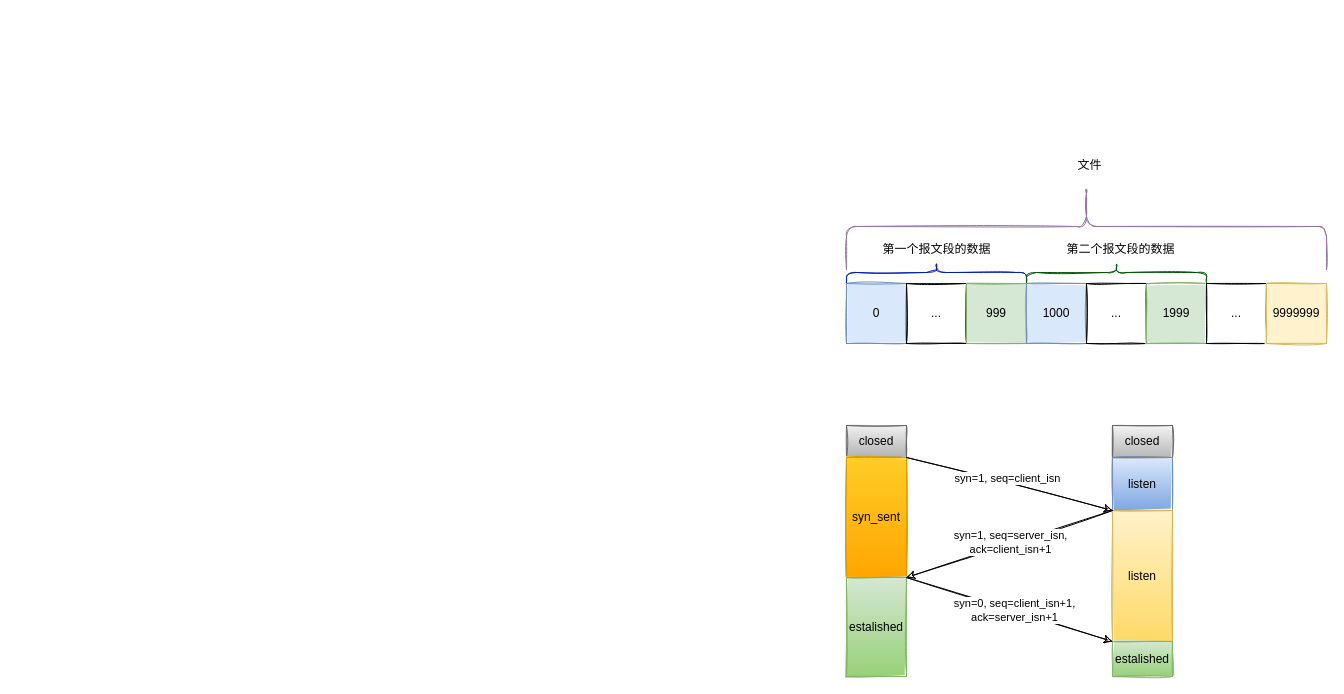
Above: 未命名绘图.drawio in FantasyDream/diagrams (draw.io), before the change. Source tidied: cells renumbered, new cells numbered last; positions are measured from the earlier drawing's top-left corner, leaving out a move shared by most shapes. Both pictures are drawn from the tidied source at 100%, with x=0, y=0 at pixel (846, -14).
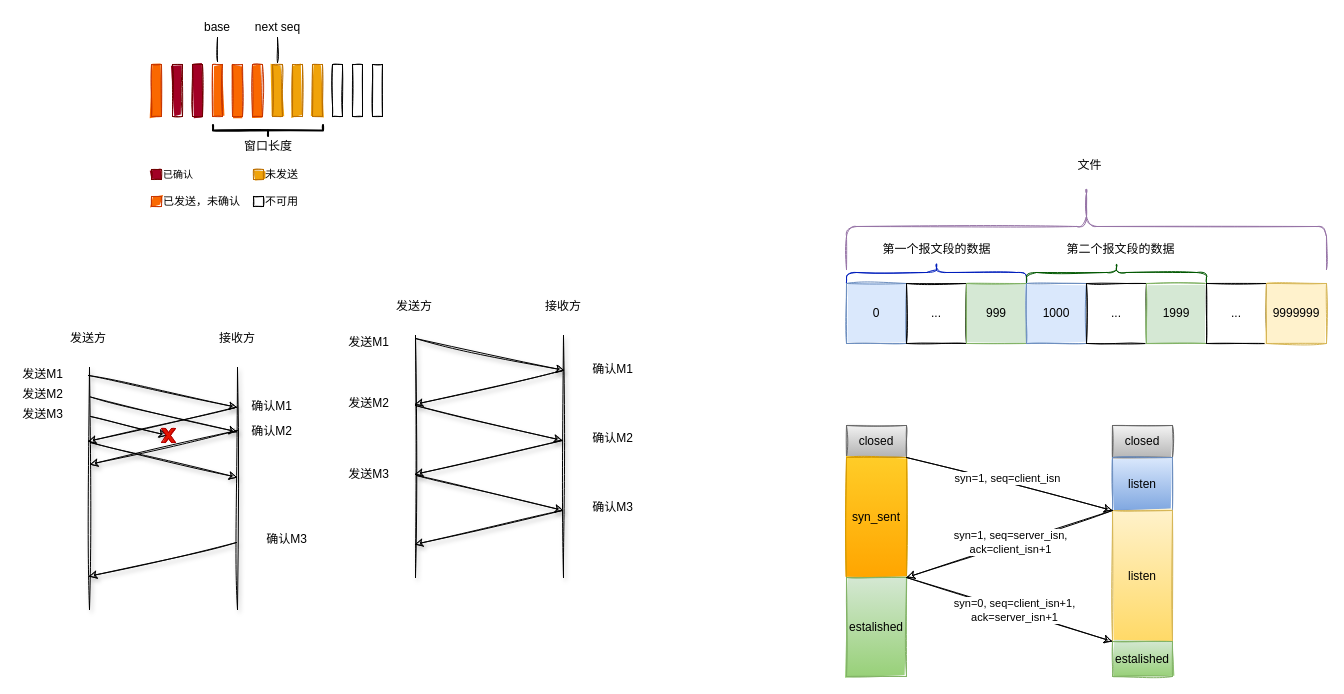
Above is the later version.

Commit message:
更新未命名绘图.drawio

The edit, as a diff of the source:
```diff
@@
+    <mxCell id="29" style="endArrow=none;html=1;sketch=1;shadow=1;" parent="1" edge="1">
+      <mxGeometry relative="1" as="geometry">
+        <mxPoint x="-431" y="591" as="sourcePoint" />
+        <mxPoint x="-431" y="349" as="targetPoint" />
+      </mxGeometry>
+    </mxCell>
+    <mxCell id="30" style="endArrow=none;html=1;sketch=1;shadow=1;" parent="1" edge="1">
+      <mxGeometry relative="1" as="geometry">
+        <mxPoint x="-283" y="591" as="sourcePoint" />
+        <mxPoint x="-283" y="349" as="targetPoint" />
+      </mxGeometry>
+    </mxCell>
+    <mxCell id="31" style="endArrow=classic;html=1;sketch=1;shadow=1;" parent="1" edge="1">
+      <mxGeometry relative="1" as="geometry">
+        <mxPoint x="-431" y="352" as="sourcePoint" />
+        <mxPoint x="-282" y="384" as="targetPoint" />
+      </mxGeometry>
+    </mxCell>
+    <mxCell id="32" style="endArrow=classic;html=1;sketch=1;shadow=1;" parent="1" edge="1">
+      <mxGeometry relative="1" as="geometry">
+        <mxPoint x="-284" y="384" as="sourcePoint" />
+        <mxPoint x="-432" y="418" as="targetPoint" />
+      </mxGeometry>
+    </mxCell>
+    <mxCell id="33" style="endArrow=classic;html=1;sketch=1;shadow=1;" parent="1" edge="1">
+      <mxGeometry relative="1" as="geometry">
+        <mxPoint x="-431" y="419" as="sourcePoint" />
+        <mxPoint x="-284" y="454" as="targetPoint" />
+      </mxGeometry>
+    </mxCell>
+    <mxCell id="34" style="endArrow=classic;html=1;sketch=1;shadow=1;" parent="1" edge="1">
+      <mxGeometry relative="1" as="geometry">
+        <mxPoint x="-284" y="454" as="sourcePoint" />
+        <mxPoint x="-432" y="488" as="targetPoint" />
+      </mxGeometry>
+    </mxCell>
+    <mxCell id="35" style="endArrow=classic;html=1;sketch=1;shadow=1;" parent="1" edge="1">
+      <mxGeometry relative="1" as="geometry">
+        <mxPoint x="-430" y="489" as="sourcePoint" />
+        <mxPoint x="-283" y="524" as="targetPoint" />
+      </mxGeometry>
+    </mxCell>
+    <mxCell id="36" style="endArrow=classic;html=1;sketch=1;shadow=1;" parent="1" edge="1">
+      <mxGeometry relative="1" as="geometry">
+        <mxPoint x="-284" y="524" as="sourcePoint" />
+        <mxPoint x="-432" y="558" as="targetPoint" />
+      </mxGeometry>
+    </mxCell>
+    <mxCell id="37" value="发送方" style="text;html=1;strokeColor=none;fillColor=none;align=center;verticalAlign=middle;whiteSpace=wrap;rounded=0;" parent="1" vertex="1">
+      <mxGeometry x="-452" y="310" width="40" height="20" as="geometry" />
+    </mxCell>
+    <mxCell id="38" value="接收方" style="text;html=1;strokeColor=none;fillColor=none;align=center;verticalAlign=middle;whiteSpace=wrap;rounded=0;" parent="1" vertex="1">
+      <mxGeometry x="-303" y="310" width="40" height="20" as="geometry" />
+    </mxCell>
+    <mxCell id="39" value="发送M1" style="text;html=1;strokeColor=none;fillColor=none;align=center;verticalAlign=middle;whiteSpace=wrap;rounded=0;" parent="1" vertex="1">
+      <mxGeometry x="-503" y="346" width="51" height="20" as="geometry" />
+    </mxCell>
+    <mxCell id="40" value="发送M2" style="text;html=1;strokeColor=none;fillColor=none;align=center;verticalAlign=middle;whiteSpace=wrap;rounded=0;" parent="1" vertex="1">
+      <mxGeometry x="-503" y="407" width="51" height="20" as="geometry" />
+    </mxCell>
+    <mxCell id="41" value="发送M3" style="text;html=1;strokeColor=none;fillColor=none;align=center;verticalAlign=middle;whiteSpace=wrap;rounded=0;" parent="1" vertex="1">
+      <mxGeometry x="-503" y="478" width="51" height="20" as="geometry" />
+    </mxCell>
+    <mxCell id="42" value="确认M1" style="text;html=1;strokeColor=none;fillColor=none;align=center;verticalAlign=middle;whiteSpace=wrap;rounded=0;sketch=0;glass=0;shadow=0;" parent="1" vertex="1">
+      <mxGeometry x="-259" y="373" width="51" height="20" as="geometry" />
+    </mxCell>
+    <mxCell id="43" value="确认M2" style="text;html=1;strokeColor=none;fillColor=none;align=center;verticalAlign=middle;whiteSpace=wrap;rounded=0;" parent="1" vertex="1">
+      <mxGeometry x="-259" y="442" width="51" height="20" as="geometry" />
+    </mxCell>
+    <mxCell id="44" value="确认M3" style="text;html=1;strokeColor=none;fillColor=none;align=center;verticalAlign=middle;whiteSpace=wrap;rounded=0;" parent="1" vertex="1">
+      <mxGeometry x="-259" y="511" width="51" height="20" as="geometry" />
+    </mxCell>
+    <mxCell id="45" style="rounded=0;whiteSpace=wrap;html=1;shadow=0;glass=0;sketch=1;fillColor=#fa6800;strokeColor=#C73500;fontColor=#ffffff;fillStyle=solid;" parent="1" vertex="1">
+      <mxGeometry x="-695" y="78" width="10" height="52" as="geometry" />
+    </mxCell>
+    <mxCell id="46" style="rounded=0;whiteSpace=wrap;html=1;shadow=0;glass=0;sketch=1;fillColor=#a20025;strokeColor=#6F0000;fontColor=#ffffff;fillStyle=solid;" parent="1" vertex="1">
+      <mxGeometry x="-674" y="78" width="10" height="52" as="geometry" />
+    </mxCell>
+    <mxCell id="47" style="rounded=0;whiteSpace=wrap;html=1;shadow=0;glass=0;sketch=1;fillColor=#a20025;strokeColor=#6F0000;fontColor=#ffffff;fillStyle=solid;" parent="1" vertex="1">
+      <mxGeometry x="-654" y="78" width="10" height="52" as="geometry" />
+    </mxCell>
+    <mxCell id="48" style="rounded=0;whiteSpace=wrap;html=1;shadow=0;glass=0;sketch=1;fillColor=#fa6800;strokeColor=#C73500;fontColor=#ffffff;fillStyle=solid;" parent="1" vertex="1">
+      <mxGeometry x="-634" y="78" width="10" height="52" as="geometry" />
+    </mxCell>
+    <mxCell id="49" style="rounded=0;whiteSpace=wrap;html=1;shadow=0;glass=0;sketch=1;fillColor=#fa6800;strokeColor=#C73500;fontColor=#ffffff;fillStyle=solid;" parent="1" vertex="1">
+      <mxGeometry x="-614" y="78" width="10" height="52" as="geometry" />
+    </mxCell>
+    <mxCell id="50" style="rounded=0;whiteSpace=wrap;html=1;shadow=0;glass=0;sketch=1;fillColor=#fa6800;strokeColor=#C73500;fontColor=#ffffff;fillStyle=solid;" parent="1" vertex="1">
+      <mxGeometry x="-594" y="78" width="10" height="52" as="geometry" />
+    </mxCell>
+    <mxCell id="51" style="rounded=0;whiteSpace=wrap;html=1;shadow=0;glass=0;sketch=1;fillColor=#f0a30a;strokeColor=#BD7000;fontColor=#ffffff;fillStyle=solid;" parent="1" vertex="1">
+      <mxGeometry x="-574" y="78" width="10" height="52" as="geometry" />
+    </mxCell>
+    <mxCell id="52" style="rounded=0;whiteSpace=wrap;html=1;shadow=0;glass=0;sketch=1;fillColor=#f0a30a;strokeColor=#BD7000;fontColor=#ffffff;fillStyle=solid;" parent="1" vertex="1">
+      <mxGeometry x="-554" y="78" width="10" height="52" as="geometry" />
+    </mxCell>
+    <mxCell id="53" style="rounded=0;whiteSpace=wrap;html=1;shadow=0;glass=0;sketch=1;fillColor=#f0a30a;strokeColor=#BD7000;fontColor=#ffffff;fillStyle=solid;" parent="1" vertex="1">
+      <mxGeometry x="-534" y="78" width="10" height="52" as="geometry" />
+    </mxCell>
+    <mxCell id="54" style="rounded=0;whiteSpace=wrap;html=1;shadow=0;glass=0;sketch=1;fillStyle=solid;" parent="1" vertex="1">
+      <mxGeometry x="-514" y="78" width="10" height="52" as="geometry" />
+    </mxCell>
+    <mxCell id="55" style="rounded=0;whiteSpace=wrap;html=1;shadow=0;glass=0;sketch=1;fillStyle=solid;" parent="1" vertex="1">
+      <mxGeometry x="-494" y="78" width="10" height="52" as="geometry" />
+    </mxCell>
+    <mxCell id="56" style="rounded=0;whiteSpace=wrap;html=1;shadow=0;glass=0;sketch=1;fillStyle=solid;" parent="1" vertex="1">
+      <mxGeometry x="-474" y="78" width="10" height="52" as="geometry" />
+    </mxCell>
+    <mxCell id="57" style="strokeWidth=2;html=1;shape=mxgraph.flowchart.annotation_2;align=left;labelPosition=right;rounded=0;shadow=0;glass=0;sketch=1;rotation=-90;" parent="1" vertex="1">
+      <mxGeometry x="-584" y="89" width="11" height="110" as="geometry" />
+    </mxCell>
+    <mxCell id="58" value="窗口长度" style="text;html=1;strokeColor=none;fillColor=none;align=center;verticalAlign=middle;whiteSpace=wrap;rounded=0;shadow=0;glass=0;sketch=1;" parent="1" vertex="1">
+      <mxGeometry x="-605.5" y="150" width="54" height="20" as="geometry" />
+    </mxCell>
+    <mxCell id="59" style="rounded=0;whiteSpace=wrap;html=1;shadow=0;glass=0;sketch=1;fillColor=#a20025;strokeColor=#6F0000;fontColor=#ffffff;fillStyle=solid;" parent="1" vertex="1">
+      <mxGeometry x="-695" y="183" width="10" height="10" as="geometry" />
+    </mxCell>
+    <mxCell id="60" value="&lt;font style=&quot;font-size: 10px&quot;&gt;已确认&lt;/font&gt;" style="text;html=1;strokeColor=none;fillColor=none;align=left;verticalAlign=middle;whiteSpace=wrap;rounded=0;shadow=0;glass=0;sketch=1;fillStyle=solid;" parent="1" vertex="1">
+      <mxGeometry x="-685" y="178" width="54" height="20" as="geometry" />
+    </mxCell>
+    <mxCell id="61" style="rounded=0;whiteSpace=wrap;html=1;shadow=0;glass=0;sketch=1;fillColor=#fa6800;strokeColor=#C73500;fontColor=#ffffff;fillStyle=solid;" parent="1" vertex="1">
+      <mxGeometry x="-695" y="210" width="10" height="10" as="geometry" />
+    </mxCell>
+    <mxCell id="62" value="&lt;font style=&quot;font-size: 11px&quot;&gt;已发送，未确认&lt;/font&gt;" style="text;html=1;strokeColor=none;fillColor=none;align=left;verticalAlign=middle;whiteSpace=wrap;rounded=0;shadow=0;glass=0;sketch=1;fillStyle=solid;" parent="1" vertex="1">
+      <mxGeometry x="-685" y="205" width="92" height="20" as="geometry" />
+    </mxCell>
+    <mxCell id="63" style="rounded=0;whiteSpace=wrap;html=1;shadow=0;glass=0;sketch=1;fillColor=#f0a30a;strokeColor=#BD7000;fontColor=#ffffff;fillStyle=solid;" parent="1" vertex="1">
+      <mxGeometry x="-593" y="183" width="10" height="10" as="geometry" />
+    </mxCell>
+    <mxCell id="64" value="&lt;span style=&quot;font-size: 11px&quot;&gt;未发送&lt;/span&gt;" style="text;html=1;strokeColor=none;fillColor=none;align=left;verticalAlign=middle;whiteSpace=wrap;rounded=0;shadow=0;glass=0;sketch=0;" parent="1" vertex="1">
+      <mxGeometry x="-583" y="178" width="92" height="20" as="geometry" />
+    </mxCell>
+    <mxCell id="65" style="rounded=0;whiteSpace=wrap;html=1;shadow=0;glass=0;sketch=1;fillStyle=solid;" parent="1" vertex="1">
+      <mxGeometry x="-593" y="210" width="10" height="10" as="geometry" />
+    </mxCell>
+    <mxCell id="66" value="&lt;span style=&quot;font-size: 11px&quot;&gt;不可用&lt;/span&gt;" style="text;html=1;strokeColor=none;fillColor=none;align=left;verticalAlign=middle;whiteSpace=wrap;rounded=0;shadow=0;glass=0;sketch=0;" parent="1" vertex="1">
+      <mxGeometry x="-583" y="205" width="92" height="20" as="geometry" />
+    </mxCell>
+    <mxCell id="67" value="base" style="text;html=1;strokeColor=none;fillColor=none;align=center;verticalAlign=middle;whiteSpace=wrap;rounded=0;shadow=0;glass=0;sketch=1;" parent="1" vertex="1">
+      <mxGeometry x="-649" y="31" width="40" height="20" as="geometry" />
+    </mxCell>
+    <mxCell id="68" style="endArrow=none;html=1;shadow=0;entryX=0.5;entryY=1;entryDx=0;entryDy=0;sketch=1;" parent="1" edge="1" target="67">
+      <mxGeometry relative="1" as="geometry">
+        <mxPoint x="-629" y="75" as="sourcePoint" />
+      </mxGeometry>
+    </mxCell>
+    <mxCell id="69" style="endArrow=none;html=1;shadow=0;entryX=0.5;entryY=1;entryDx=0;entryDy=0;sketch=1;" parent="1" edge="1" target="70">
+      <mxGeometry relative="1" as="geometry">
+        <mxPoint x="-569" y="76" as="sourcePoint" />
+      </mxGeometry>
+    </mxCell>
+    <mxCell id="70" value="next seq" style="text;html=1;strokeColor=none;fillColor=none;align=center;verticalAlign=middle;whiteSpace=wrap;rounded=0;shadow=0;glass=0;sketch=1;" parent="1" vertex="1">
+      <mxGeometry x="-595.5" y="31" width="53" height="20" as="geometry" />
+    </mxCell>
+    <mxCell id="71" style="endArrow=none;html=1;sketch=1;shadow=1;" parent="1" edge="1">
+      <mxGeometry relative="1" as="geometry">
+        <mxPoint x="-757" y="623" as="sourcePoint" />
+        <mxPoint x="-757" y="381" as="targetPoint" />
+      </mxGeometry>
+    </mxCell>
+    <mxCell id="72" style="endArrow=none;html=1;sketch=1;shadow=1;" parent="1" edge="1">
+      <mxGeometry relative="1" as="geometry">
+        <mxPoint x="-609" y="623" as="sourcePoint" />
+        <mxPoint x="-609" y="381" as="targetPoint" />
+      </mxGeometry>
+    </mxCell>
+    <mxCell id="73" style="endArrow=classic;html=1;sketch=1;shadow=1;" parent="1" edge="1">
+      <mxGeometry relative="1" as="geometry">
+        <mxPoint x="-758" y="389" as="sourcePoint" />
+        <mxPoint x="-609" y="421" as="targetPoint" />
+      </mxGeometry>
+    </mxCell>
+    <mxCell id="74" style="endArrow=classic;html=1;sketch=1;shadow=1;" parent="1" edge="1">
+      <mxGeometry relative="1" as="geometry">
+        <mxPoint x="-611" y="421" as="sourcePoint" />
+        <mxPoint x="-759" y="455" as="targetPoint" />
+      </mxGeometry>
+    </mxCell>
+    <mxCell id="75" style="endArrow=classic;html=1;sketch=1;shadow=1;" parent="1" edge="1">
+      <mxGeometry relative="1" as="geometry">
+        <mxPoint x="-756" y="410.5" as="sourcePoint" />
+        <mxPoint x="-609" y="445.5" as="targetPoint" />
+      </mxGeometry>
+    </mxCell>
+    <mxCell id="76" style="endArrow=classic;html=1;sketch=1;shadow=1;" parent="1" edge="1">
+      <mxGeometry relative="1" as="geometry">
+        <mxPoint x="-609" y="444" as="sourcePoint" />
+        <mxPoint x="-757" y="478" as="targetPoint" />
+      </mxGeometry>
+    </mxCell>
+    <mxCell id="77" style="endArrow=classic;html=1;sketch=1;shadow=1;" parent="1" edge="1">
+      <mxGeometry relative="1" as="geometry">
+        <mxPoint x="-756" y="430" as="sourcePoint" />
+        <mxPoint x="-679" y="449" as="targetPoint" />
+      </mxGeometry>
+    </mxCell>
+    <mxCell id="78" style="endArrow=classic;html=1;sketch=1;shadow=1;" parent="1" edge="1">
+      <mxGeometry relative="1" as="geometry">
+        <mxPoint x="-610" y="556" as="sourcePoint" />
+        <mxPoint x="-758" y="590" as="targetPoint" />
+      </mxGeometry>
+    </mxCell>
+    <mxCell id="79" value="发送方" style="text;html=1;strokeColor=none;fillColor=none;align=center;verticalAlign=middle;whiteSpace=wrap;rounded=0;" parent="1" vertex="1">
+      <mxGeometry x="-778" y="342" width="40" height="20" as="geometry" />
+    </mxCell>
+    <mxCell id="80" value="接收方" style="text;html=1;strokeColor=none;fillColor=none;align=center;verticalAlign=middle;whiteSpace=wrap;rounded=0;" parent="1" vertex="1">
+      <mxGeometry x="-629" y="342" width="40" height="20" as="geometry" />
+    </mxCell>
+    <mxCell id="81" value="发送M1" style="text;html=1;strokeColor=none;fillColor=none;align=center;verticalAlign=middle;whiteSpace=wrap;rounded=0;" parent="1" vertex="1">
+      <mxGeometry x="-829" y="378" width="51" height="20" as="geometry" />
+    </mxCell>
+    <mxCell id="82" value="发送M2" style="text;html=1;strokeColor=none;fillColor=none;align=center;verticalAlign=middle;whiteSpace=wrap;rounded=0;" parent="1" vertex="1">
+      <mxGeometry x="-829" y="398" width="51" height="20" as="geometry" />
+    </mxCell>
+    <mxCell id="83" value="发送M3" style="text;html=1;strokeColor=none;fillColor=none;align=center;verticalAlign=middle;whiteSpace=wrap;rounded=0;" parent="1" vertex="1">
+      <mxGeometry x="-829" y="418" width="51" height="20" as="geometry" />
+    </mxCell>
+    <mxCell id="84" value="确认M1" style="text;html=1;strokeColor=none;fillColor=none;align=center;verticalAlign=middle;whiteSpace=wrap;rounded=0;sketch=0;glass=0;shadow=0;" parent="1" vertex="1">
+      <mxGeometry x="-600" y="410" width="51" height="20" as="geometry" />
+    </mxCell>
+    <mxCell id="85" value="确认M2" style="text;html=1;strokeColor=none;fillColor=none;align=center;verticalAlign=middle;whiteSpace=wrap;rounded=0;" parent="1" vertex="1">
+      <mxGeometry x="-600" y="435" width="51" height="20" as="geometry" />
+    </mxCell>
+    <mxCell id="86" value="确认M3" style="text;html=1;strokeColor=none;fillColor=none;align=center;verticalAlign=middle;whiteSpace=wrap;rounded=0;" parent="1" vertex="1">
+      <mxGeometry x="-585" y="543" width="51" height="20" as="geometry" />
+    </mxCell>
+    <mxCell id="87" style="verticalLabelPosition=bottom;verticalAlign=top;html=1;shape=mxgraph.basic.x;rounded=0;shadow=0;glass=0;sketch=1;fillColor=#e51400;strokeColor=#B20000;fontColor=#ffffff;fillStyle=solid;" parent="1" vertex="1">
+      <mxGeometry x="-685" y="442" width="14" height="14" as="geometry" />
+    </mxCell>
+    <mxCell id="88" style="endArrow=classic;html=1;sketch=1;shadow=1;" parent="1" edge="1">
+      <mxGeometry relative="1" as="geometry">
+        <mxPoint x="-756" y="456" as="sourcePoint" />
+        <mxPoint x="-609" y="491" as="targetPoint" />
+      </mxGeometry>
+    </mxCell>
```
